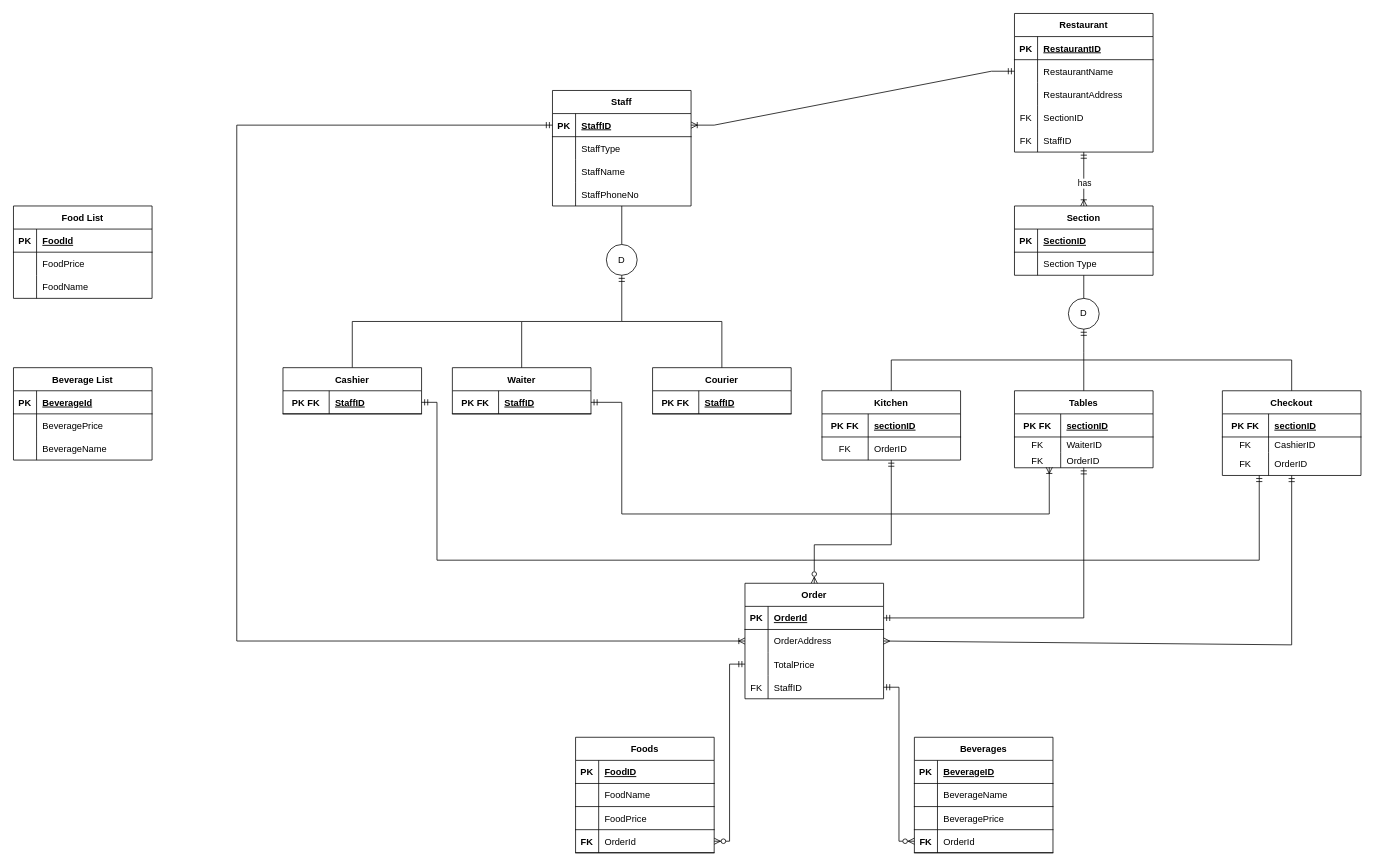
The draw.io diagram restaurant.drawio in burakalatas/CafeOrderProject, before the edit. Source tidied: cells renumbered, new cells numbered last; positions are measured from the earlier drawing's top-left corner, leaving out a move shared by most shapes. Both pictures are drawn from the tidied source at 77%, with x=0, y=0 at pixel (13, 13).
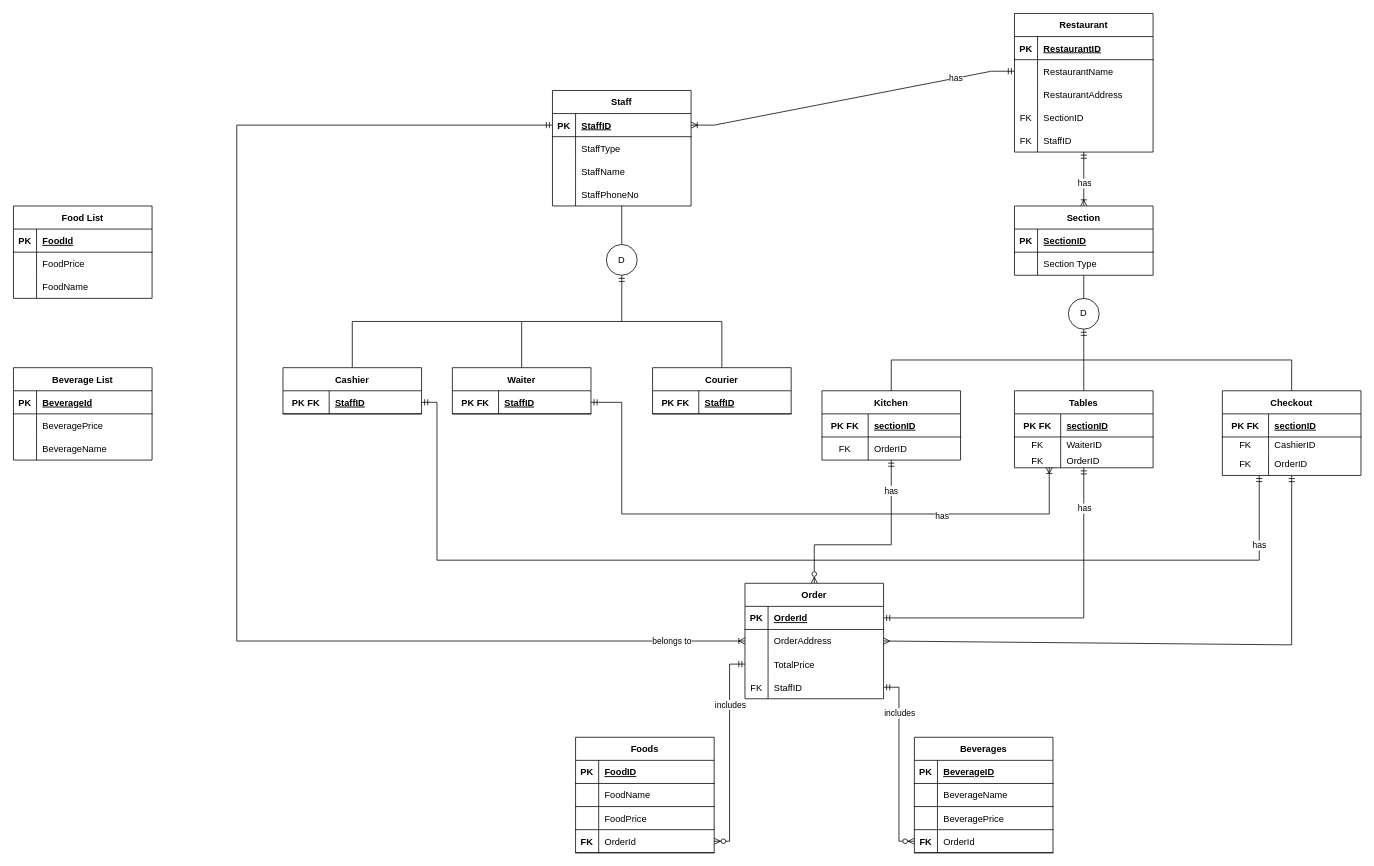
Above is the later version.

Unchanged cells that the change refers to:
```xml
<mxCell id="64" style="endArrow=ERmandOne;html=1;rounded=0;entryX=0.5;entryY=1;entryDx=0;entryDy=0;exitX=0.5;exitY=0;exitDx=0;exitDy=0;startArrow=ERzeroToMany;startFill=0;endFill=0;" parent="1" edge="1" source="51" target="18">
  <mxGeometry relative="1" as="geometry">
    <Array as="points">
      <mxPoint x="1040" y="690" />
      <mxPoint x="1140" y="690" />
    </Array>
  </mxGeometry>
</mxCell>
<mxCell id="65" style="endArrow=ERmandOne;html=1;rounded=0;entryX=0.5;entryY=1;entryDx=0;entryDy=0;exitX=1;exitY=0.5;exitDx=0;exitDy=0;startArrow=ERmandOne;startFill=0;endFill=0;" parent="1" edge="1" source="52" target="25">
  <mxGeometry relative="1" as="geometry">
    <Array as="points">
      <mxPoint x="1390" y="785" />
    </Array>
  </mxGeometry>
</mxCell>
<mxCell id="80" style="edgeStyle=entityRelationEdgeStyle;fontSize=12;html=1;endArrow=ERoneToMany;startArrow=ERmandOne;rounded=0;entryX=1;entryY=0.5;entryDx=0;entryDy=0;exitX=0;exitY=0.5;exitDx=0;exitDy=0;" parent="1" edge="1" source="6" target="68">
  <mxGeometry relative="1" as="geometry" />
</mxCell>
<mxCell id="108" style="edgeStyle=orthogonalEdgeStyle;fontSize=12;html=1;endArrow=ERmandOne;startArrow=ERmandOne;rounded=0;entryX=0.266;entryY=0.997;entryDx=0;entryDy=0;entryPerimeter=0;exitX=1;exitY=0.5;exitDx=0;exitDy=0;" parent="1" edge="1" source="105" target="42">
  <mxGeometry relative="1" as="geometry">
    <Array as="points">
      <mxPoint x="550" y="505" />
      <mxPoint x="550" y="710" />
      <mxPoint x="1618" y="710" />
    </Array>
  </mxGeometry>
</mxCell>
<mxCell id="109" style="edgeStyle=orthogonalEdgeStyle;fontSize=12;html=1;endArrow=ERoneToMany;startArrow=ERmandOne;rounded=0;exitX=0;exitY=0.5;exitDx=0;exitDy=0;" parent="1" edge="1" source="68">
  <mxGeometry relative="1" as="geometry">
    <mxPoint x="950" y="815" as="targetPoint" />
    <Array as="points">
      <mxPoint x="290" y="145" />
      <mxPoint x="290" y="815" />
    </Array>
  </mxGeometry>
</mxCell>
<mxCell id="110" style="edgeStyle=orthogonalEdgeStyle;fontSize=12;html=1;endArrow=ERoneToMany;startArrow=ERmandOne;rounded=0;entryX=0.251;entryY=0.969;entryDx=0;entryDy=0;entryPerimeter=0;exitX=1;exitY=0.5;exitDx=0;exitDy=0;" parent="1" edge="1" source="86" target="32">
  <mxGeometry relative="1" as="geometry">
    <Array as="points">
      <mxPoint x="790" y="505" />
      <mxPoint x="790" y="650" />
      <mxPoint x="1345" y="650" />
    </Array>
  </mxGeometry>
</mxCell>
<mxCell id="158" style="edgeStyle=orthogonalEdgeStyle;fontSize=12;html=1;endArrow=ERzeroToMany;startArrow=ERmandOne;rounded=0;exitX=0;exitY=0.5;exitDx=0;exitDy=0;entryX=1;entryY=0.5;entryDx=0;entryDy=0;" parent="1" edge="1" source="58" target="154">
  <mxGeometry relative="1" as="geometry" />
</mxCell>
<mxCell id="159" style="edgeStyle=orthogonalEdgeStyle;fontSize=12;html=1;endArrow=ERzeroToMany;startArrow=ERmandOne;rounded=0;exitX=1;exitY=0.5;exitDx=0;exitDy=0;entryX=0;entryY=0.5;entryDx=0;entryDy=0;" parent="1" edge="1" source="61" target="141">
  <mxGeometry relative="1" as="geometry" />
</mxCell>
```

Diff of the diagram source:
```diff
@@
+    <mxCell id="160" value="has" style="edgeLabel;html=1;align=center;verticalAlign=middle;" parent="64" vertex="1">
+      <mxGeometry x="0.7" y="1" relative="1" as="geometry" />
+    </mxCell>
@@
+    <mxCell id="161" value="has" style="edgeLabel;html=1;align=center;verticalAlign=middle;" parent="65" vertex="1">
+      <mxGeometry x="0.77" y="1" relative="1" as="geometry">
+        <mxPoint x="1" as="offset" />
+      </mxGeometry>
+    </mxCell>
@@
+    <mxCell id="162" value="has" style="edgeLabel;html=1;align=center;verticalAlign=middle;" parent="80" vertex="1">
+      <mxGeometry x="-0.64" relative="1" as="geometry" />
+    </mxCell>
@@
+    <mxCell id="163" value="has" style="edgeLabel;html=1;align=center;verticalAlign=middle;" parent="108" vertex="1">
+      <mxGeometry x="0.87" relative="1" as="geometry" />
+    </mxCell>
@@
+    <mxCell id="164" value="belongs to" style="edgeLabel;html=1;align=center;verticalAlign=middle;" parent="109" vertex="1">
+      <mxGeometry x="0.89" relative="1" as="geometry" />
+    </mxCell>
@@
+    <mxCell id="165" value="has" style="edgeLabel;html=1;align=center;verticalAlign=middle;" parent="110" vertex="1">
+      <mxGeometry x="0.5" y="-2" relative="1" as="geometry">
+        <mxPoint x="-1" as="offset" />
+      </mxGeometry>
+    </mxCell>
@@
+    <mxCell id="166" value="includes" style="edgeLabel;html=1;align=center;verticalAlign=middle;" parent="158" vertex="1">
+      <mxGeometry x="-0.47" relative="1" as="geometry" />
+    </mxCell>
@@
+    <mxCell id="167" value="includes" style="edgeLabel;html=1;align=center;verticalAlign=middle;" parent="159" vertex="1">
+      <mxGeometry x="-0.56" relative="1" as="geometry" />
+    </mxCell>
```
